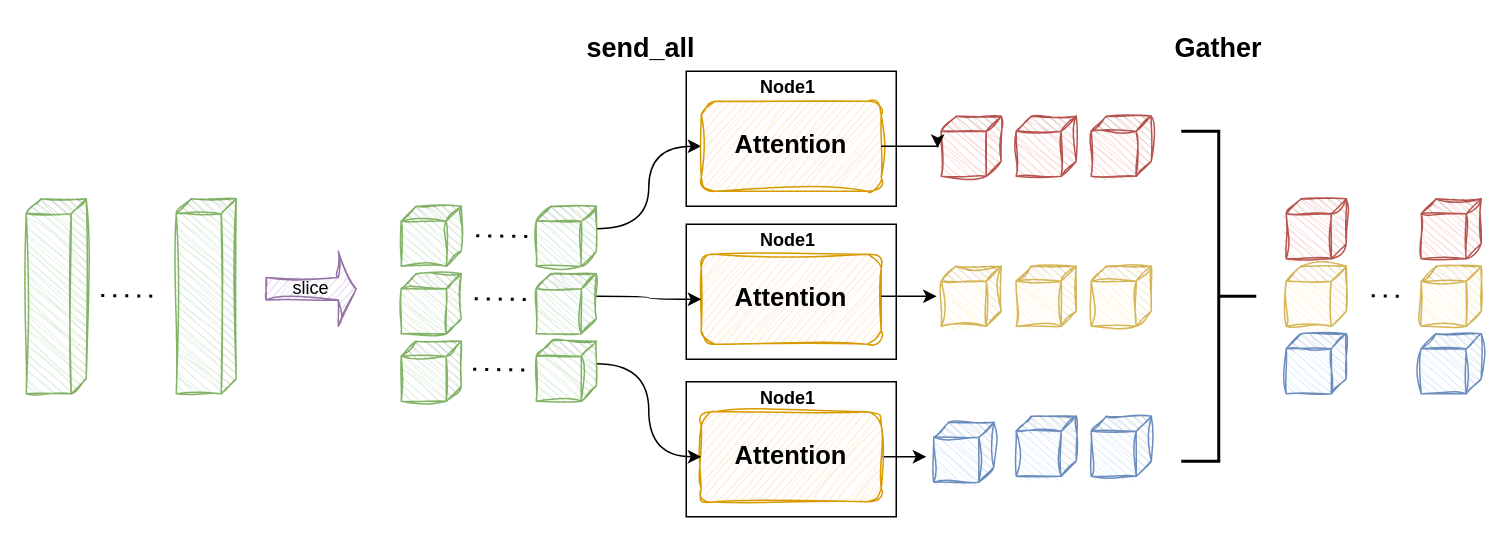
The draw.io diagram assets/slice attention.drawio in ShizhongP/dl-notes, before the edit. Source tidied: cells renumbered, new cells numbered last; positions are measured from the earlier drawing's top-left corner, leaving out a move shared by most shapes. Both pictures are drawn from the tidied source at 150%, with x=0, y=0 at pixel (26, 26).
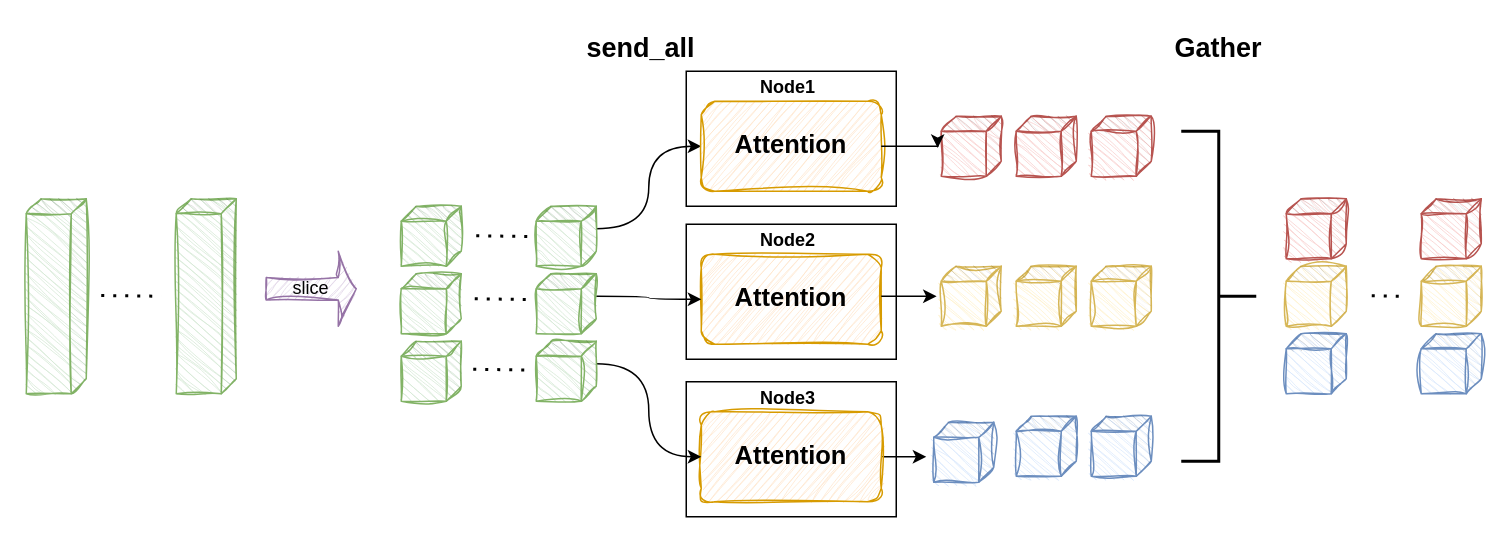
Above is the later version.

The change refers to these unchanged cells:
```xml
<mxCell id="2" style="group;" parent="1" vertex="1">
  <mxGeometry x="440" y="128" width="140" height="94" as="geometry" />
</mxCell>
<mxCell id="6" style="group;" parent="1" vertex="1">
  <mxGeometry x="440" y="233" width="140" height="94" as="geometry" />
</mxCell>
```

Change to the diagram source:
```diff
@@
-    <mxCell id="5" value="&lt;b&gt;Node1&lt;/b&gt;" style="text;html=1;align=center;verticalAlign=middle;whiteSpace=wrap;rounded=0;" parent="2" vertex="1">
+    <mxCell id="5" value="&lt;b&gt;Node2&lt;/b&gt;" style="text;html=1;align=center;verticalAlign=middle;whiteSpace=wrap;rounded=0;" parent="2" vertex="1">
       <mxGeometry x="38" width="60" height="30" as="geometry" />
     </mxCell>
@@
-    <mxCell id="10" value="&lt;b&gt;Node1&lt;/b&gt;" style="text;html=1;align=center;verticalAlign=middle;whiteSpace=wrap;rounded=0;" parent="6" vertex="1">
+    <mxCell id="10" value="&lt;b&gt;Node3&lt;/b&gt;" style="text;html=1;align=center;verticalAlign=middle;whiteSpace=wrap;rounded=0;" parent="6" vertex="1">
       <mxGeometry x="38" width="60" height="30" as="geometry" />
     </mxCell>
```
